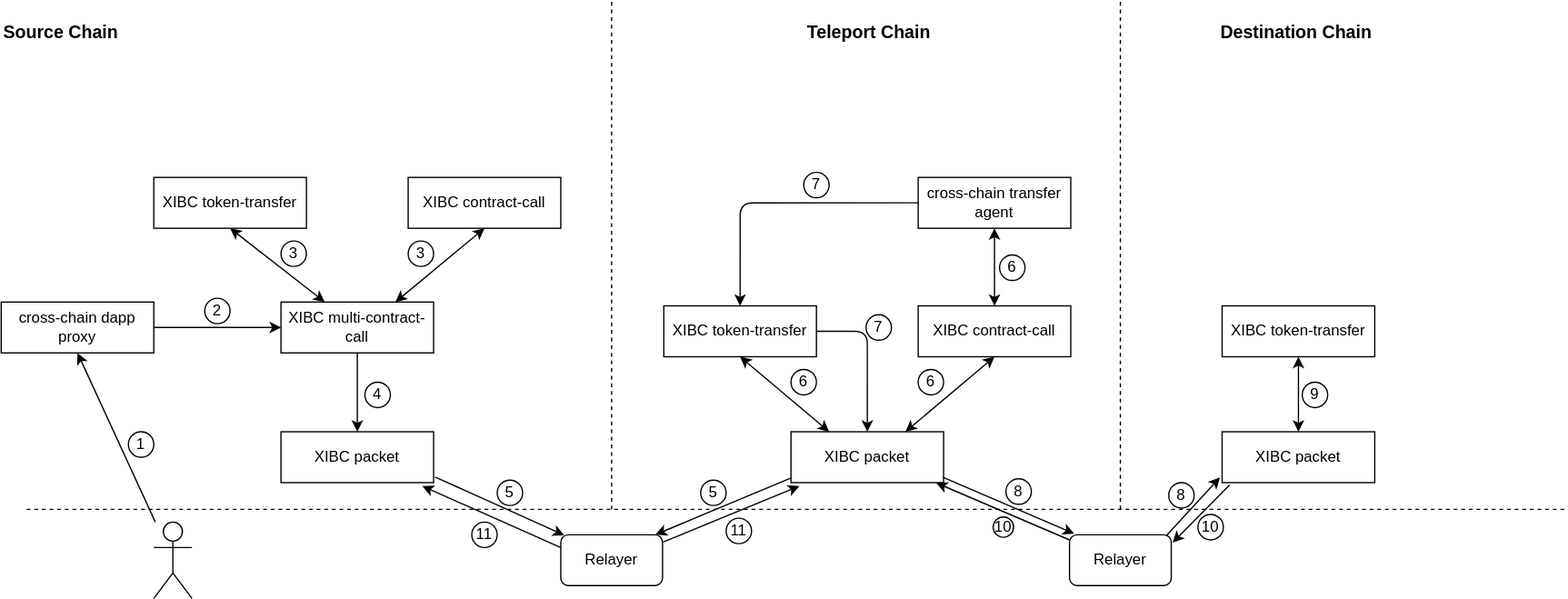
Before: intro/2hop-transfer.svg, a diagram exported from draw.io (teleport-network/teleport-documents). Source tidied: cells renumbered, new cells last; positions are measured from the earlier drawing's top-left corner, leaving out a move shared by most shapes.
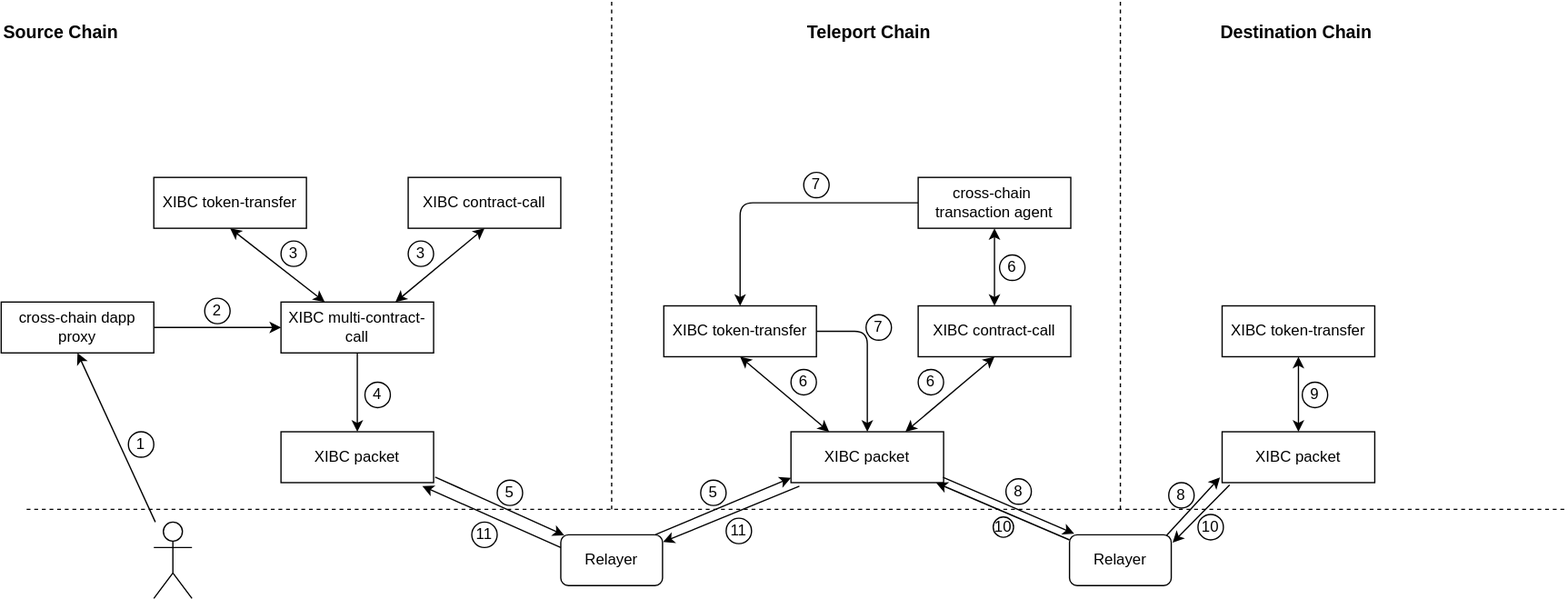
After the change.

Change to the diagram source:
```diff
@@ -42,7 +42,7 @@
         </Array>
       </mxGeometry>
     </mxCell>
-    <mxCell id="12" value="cross-chain transfer agent" style="rounded=0;whiteSpace=wrap;html=1;" parent="1" vertex="1">
+    <mxCell id="12" value="cross-chain&amp;nbsp; transaction agent" style="rounded=0;whiteSpace=wrap;html=1;" parent="1" vertex="1">
       <mxGeometry x="721" y="139" width="120" height="40" as="geometry" />
     </mxCell>
     <mxCell id="13" value="Relayer" style="rounded=1;whiteSpace=wrap;html=1;" parent="1" vertex="1">
@@ -84,10 +84,10 @@
     <mxCell id="25" style="edgeStyle=none;html=1;entryX=0.926;entryY=1.069;entryDx=0;entryDy=0;startArrow=none;startFill=0;exitX=0;exitY=0.25;exitDx=0;exitDy=0;entryPerimeter=0;" parent="1" edge="1" source="13" target="7">
       <mxGeometry relative="1" as="geometry" />
     </mxCell>
-    <mxCell id="26" style="edgeStyle=none;html=1;startArrow=none;startFill=0;exitX=1.005;exitY=0.143;exitDx=0;exitDy=0;exitPerimeter=0;entryX=0.055;entryY=1.069;entryDx=0;entryDy=0;entryPerimeter=0;" parent="1" edge="1" source="13" target="10">
+    <mxCell id="26" style="edgeStyle=none;html=1;startArrow=classic;startFill=1;exitX=1.005;exitY=0.143;exitDx=0;exitDy=0;exitPerimeter=0;entryX=0.055;entryY=1.069;entryDx=0;entryDy=0;entryPerimeter=0;endArrow=none;endFill=0;" parent="1" edge="1" source="13" target="10">
       <mxGeometry relative="1" as="geometry" />
     </mxCell>
-    <mxCell id="27" style="edgeStyle=none;html=1;entryX=0.931;entryY=-0.003;entryDx=0;entryDy=0;startArrow=none;startFill=0;exitX=0;exitY=0.907;exitDx=0;exitDy=0;exitPerimeter=0;entryPerimeter=0;" parent="1" edge="1" source="10" target="13">
+    <mxCell id="27" style="edgeStyle=none;html=1;entryX=0.931;entryY=-0.003;entryDx=0;entryDy=0;startArrow=classic;startFill=1;exitX=0;exitY=0.907;exitDx=0;exitDy=0;exitPerimeter=0;entryPerimeter=0;endArrow=none;endFill=0;" parent="1" edge="1" source="10" target="13">
       <mxGeometry relative="1" as="geometry" />
     </mxCell>
     <mxCell id="28" style="edgeStyle=orthogonalEdgeStyle;rounded=1;html=1;entryX=0.5;entryY=0;entryDx=0;entryDy=0;startArrow=none;startFill=0;strokeColor=default;" parent="1" edge="1" source="29" target="10">
```
